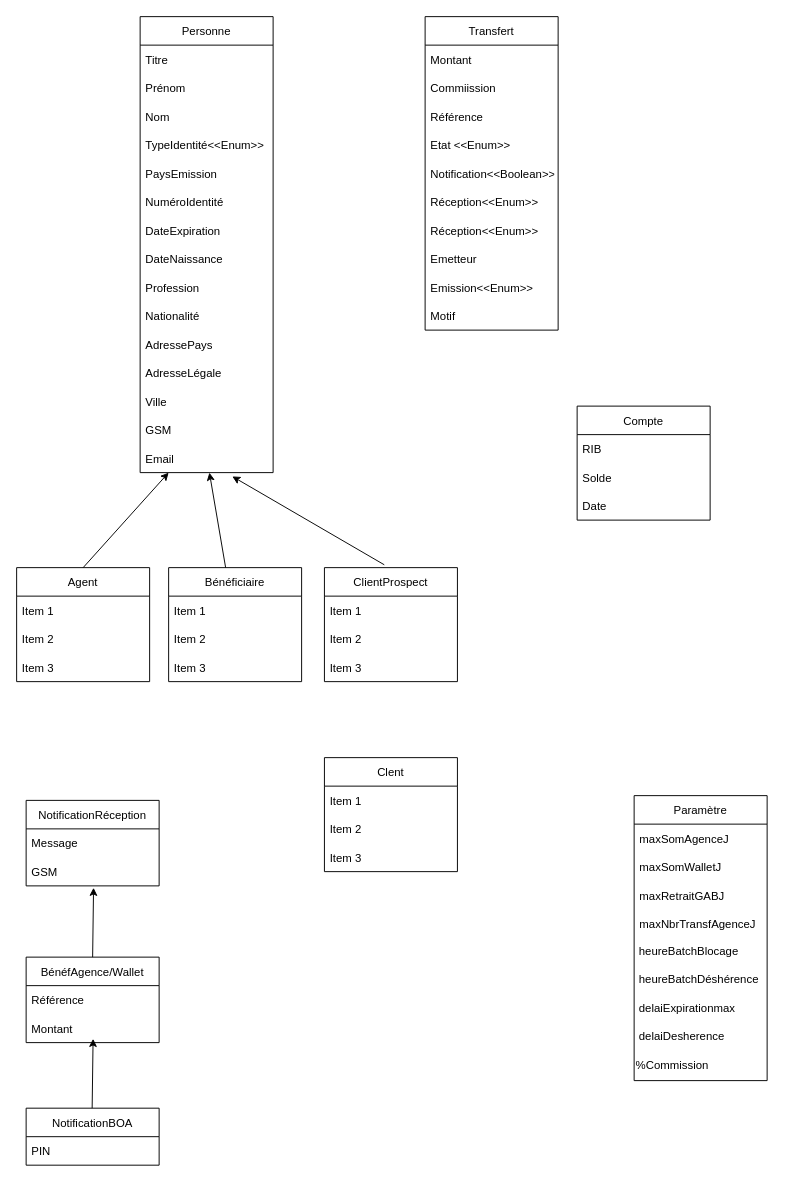
This is Diagramme de classe.drawio from TransfertNationalOrg/transfert-service, a draw.io file, before an edit. Source tidied: cells renumbered, new cells numbered last; positions are measured from the earlier drawing's top-left corner, leaving out a move shared by most shapes. Both pictures are drawn from the tidied source at 95%, with x=0, y=0 at pixel (16, 16).
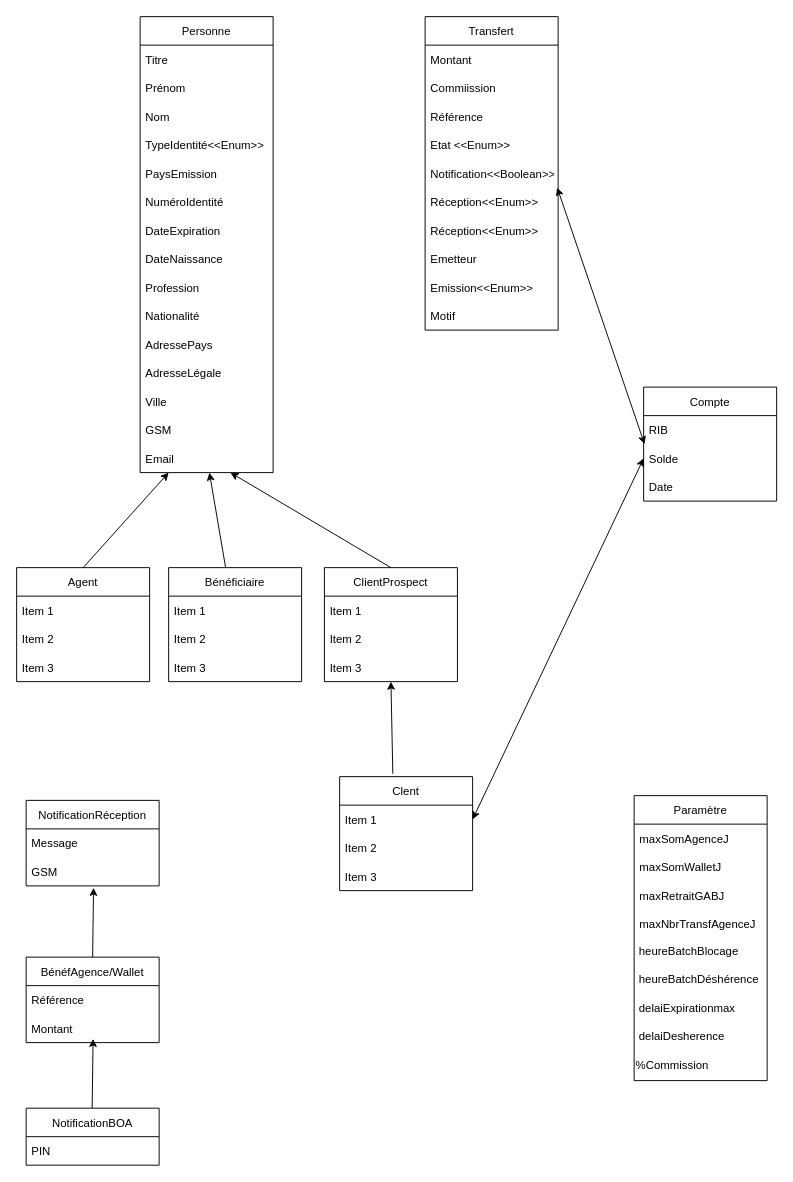
The same page after the edit.

Unchanged cells that the change refers to:
```xml
<mxCell id="8" value="Réception&lt;&lt;Enum&gt;&gt;" style="text;strokeColor=none;fillColor=none;align=left;verticalAlign=middle;spacingLeft=4;spacingRight=4;overflow=hidden;points=[[0,0.5],[1,0.5]];portConstraint=eastwest;" parent="2" vertex="1">
  <mxGeometry y="180" width="140" height="30" as="geometry" />
</mxCell>
<mxCell id="28" value="Email" style="text;strokeColor=none;fillColor=none;align=left;verticalAlign=middle;spacingLeft=4;spacingRight=4;overflow=hidden;points=[[0,0.5],[1,0.5]];portConstraint=eastwest;" parent="13" vertex="1">
  <mxGeometry y="450" width="140" height="30" as="geometry" />
</mxCell>
<mxCell id="31" value="Solde" style="text;strokeColor=none;fillColor=none;align=left;verticalAlign=middle;spacingLeft=4;spacingRight=4;overflow=hidden;points=[[0,0.5],[1,0.5]];portConstraint=eastwest;" parent="29" vertex="1">
  <mxGeometry y="60" width="140" height="30" as="geometry" />
</mxCell>
<mxCell id="41" value="ClientProspect" style="swimlane;fontStyle=0;horizontal=1;startSize=30;" parent="1" vertex="1">
  <mxGeometry x="324" y="580" width="140" height="120" as="geometry" />
</mxCell>
<mxCell id="46" value="Item 1" style="text;strokeColor=none;fillColor=none;align=left;verticalAlign=middle;spacingLeft=4;spacingRight=4;overflow=hidden;points=[[0,0.5],[1,0.5]];portConstraint=eastwest;" parent="45" vertex="1">
  <mxGeometry y="30" width="140" height="30" as="geometry" />
</mxCell>
```

Change to the diagram source:
```diff
@@
     <mxCell id="29" value="Compte" style="swimlane;fontStyle=0;horizontal=1;startSize=30;" parent="1" vertex="1">
-      <mxGeometry x="590" y="410" width="140" height="120" as="geometry" />
+      <mxGeometry x="660" y="390" width="140" height="120" as="geometry" />
     </mxCell>
@@
     <mxCell id="45" value="Clent" style="swimlane;fontStyle=0;horizontal=1;startSize=30;" parent="1" vertex="1">
-      <mxGeometry x="324" y="780" width="140" height="120" as="geometry" />
+      <mxGeometry x="340" y="800" width="140" height="120" as="geometry" />
     </mxCell>
@@
-    <mxCell id="71" style="endArrow=classic;html=1;rounded=0;entryX=0.693;entryY=1.133;entryDx=0;entryDy=0;entryPerimeter=0;exitX=0.45;exitY=-0.025;exitDx=0;exitDy=0;exitPerimeter=0;" parent="1" edge="1" source="41" target="28">
+    <mxCell id="71" style="endArrow=classic;html=1;rounded=0;entryX=0.679;entryY=1;entryDx=0;entryDy=0;entryPerimeter=0;exitX=0.5;exitY=0;exitDx=0;exitDy=0;" parent="1" edge="1" source="41" target="28">
       <mxGeometry relative="1" as="geometry" />
     </mxCell>
+    <mxCell id="72" style="endArrow=classic;html=1;rounded=0;entryX=0.521;entryY=1;entryDx=0;entryDy=0;entryPerimeter=0;exitX=0.4;exitY=-0.025;exitDx=0;exitDy=0;exitPerimeter=0;" parent="1" edge="1" source="45">
+      <mxGeometry relative="1" as="geometry">
+        <mxPoint x="394" y="700" as="targetPoint" />
+      </mxGeometry>
+    </mxCell>
+    <mxCell id="73" style="endArrow=classic;startArrow=classic;html=1;rounded=0;entryX=0.007;entryY=0;entryDx=0;entryDy=0;entryPerimeter=0;exitX=0.993;exitY=0;exitDx=0;exitDy=0;exitPerimeter=0;" parent="1" edge="1" source="8" target="31">
+      <mxGeometry relative="1" as="geometry" />
+    </mxCell>
+    <mxCell id="74" style="endArrow=classic;startArrow=classic;html=1;rounded=0;entryX=0;entryY=0.5;entryDx=0;entryDy=0;exitX=1;exitY=0.5;exitDx=0;exitDy=0;" parent="1" edge="1" source="46" target="31">
+      <mxGeometry relative="1" as="geometry" />
+    </mxCell>
```
